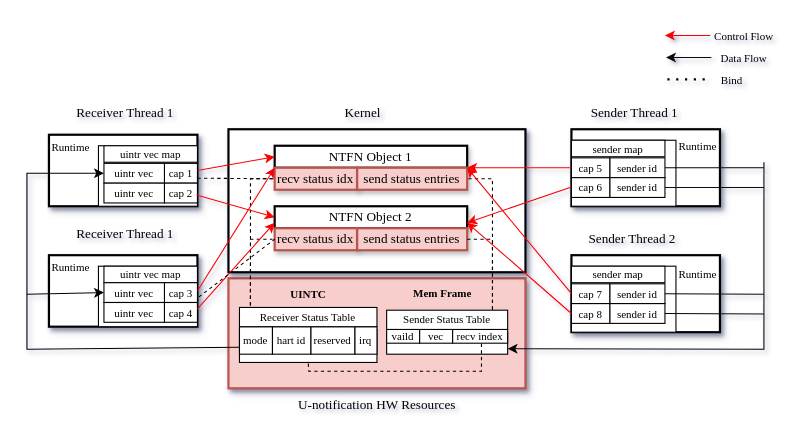
oscourse-tsinghua/openingreport-ldhai2023 keeps this draw.io diagram as images/uintr_for_ntfn.drawio. Above is the earlier version. Source tidied: cells renumbered, new cells numbered last; positions are measured from the earlier drawing's top-left corner, leaving out a move shared by most shapes. Both pictures are drawn from the tidied source at 110%, with x=0, y=0 at pixel (26, 19).
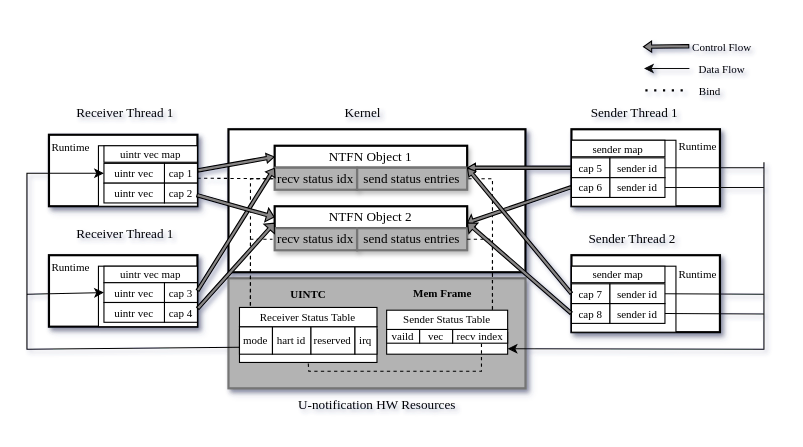
The same diagram, later.

The change refers to these unchanged cells:
```xml
<mxCell id="4" value="&lt;font face=&quot;Times New Roman&quot;&gt;NTFN Object 1&lt;/font&gt;" style="rounded=0;whiteSpace=wrap;html=1;strokeWidth=2;shadow=1;" parent="1" vertex="1">
  <mxGeometry x="225.2" y="115" width="175" height="20" as="geometry" />
</mxCell>
<mxCell id="7" value="&lt;font face=&quot;Times New Roman&quot;&gt;NTFN Object 2&lt;/font&gt;" style="rounded=0;whiteSpace=wrap;html=1;strokeWidth=2;shadow=1;" parent="1" vertex="1">
  <mxGeometry x="225.2" y="170" width="175" height="20" as="geometry" />
</mxCell>
<mxCell id="30" style="rounded=0;whiteSpace=wrap;html=1;strokeWidth=2;shadow=1;" parent="1" vertex="1">
  <mxGeometry x="20" y="105" width="135" height="65" as="geometry" />
</mxCell>
<mxCell id="32" style="rounded=0;whiteSpace=wrap;html=1;strokeWidth=2;shadow=1;" parent="1" vertex="1">
  <mxGeometry x="495" y="100" width="135" height="70" as="geometry" />
</mxCell>
<mxCell id="40" value="&lt;font style=&quot;font-size: 10px;&quot; face=&quot;Times New Roman&quot;&gt;cap 5&lt;/font&gt;" style="rounded=0;whiteSpace=wrap;html=1;" parent="1" vertex="1">
  <mxGeometry x="495" y="126" width="35" height="18" as="geometry" />
</mxCell>
<mxCell id="46" style="rounded=0;whiteSpace=wrap;html=1;strokeWidth=2;shadow=1;" parent="1" vertex="1">
  <mxGeometry x="20" y="214.5" width="135" height="65" as="geometry" />
</mxCell>
<mxCell id="57" value="&lt;font style=&quot;font-size: 10px;&quot; face=&quot;Times New Roman&quot;&gt;cap 7&lt;/font&gt;" style="rounded=0;whiteSpace=wrap;html=1;" parent="1" vertex="1">
  <mxGeometry x="495" y="240.5" width="35" height="18" as="geometry" />
</mxCell>
<mxCell id="59" value="&lt;font style=&quot;font-size: 10px;&quot; face=&quot;Times New Roman&quot;&gt;cap 8&lt;/font&gt;" style="rounded=0;whiteSpace=wrap;html=1;" parent="1" vertex="1">
  <mxGeometry x="495" y="258.5" width="35" height="18" as="geometry" />
</mxCell>
```

Change to the diagram source:
```diff
@@
-    <mxCell id="2" style="rounded=0;whiteSpace=wrap;html=1;shadow=1;strokeColor=#b85450;strokeWidth=2;align=center;verticalAlign=middle;fontFamily=Helvetica;fontSize=12;fillColor=#f8cecc;" parent="1" vertex="1">
+    <mxCell id="2" style="rounded=0;whiteSpace=wrap;html=1;shadow=1;strokeColor=light-dark(#757575, #d7817e);strokeWidth=2;align=center;verticalAlign=middle;fontFamily=Helvetica;fontSize=12;fillColor=light-dark(#b3b3b3, #512d2b);fontColor=default;" parent="1" vertex="1">
       <mxGeometry x="183.2" y="235.5" width="270" height="100" as="geometry" />
     </mxCell>
@@
-    <mxCell id="5" value="&lt;font face=&quot;Times New Roman&quot;&gt;recv status idx&lt;/font&gt;" style="rounded=0;whiteSpace=wrap;html=1;strokeWidth=2;shadow=1;fillColor=#f8cecc;strokeColor=#b85450;" parent="1" vertex="1">
+    <mxCell id="5" value="&lt;font face=&quot;Times New Roman&quot;&gt;recv status idx&lt;/font&gt;" style="rounded=0;whiteSpace=wrap;html=1;strokeWidth=2;shadow=1;fillColor=light-dark(#b3b3b3, #512d2b);strokeColor=light-dark(#757575, #d7817e);align=center;verticalAlign=middle;fontFamily=Helvetica;fontSize=12;fontColor=default;" parent="1" vertex="1">
       <mxGeometry x="225.2" y="135" width="75" height="20" as="geometry" />
     </mxCell>
-    <mxCell id="6" value="&lt;font face=&quot;Times New Roman&quot;&gt;send status entries&lt;/font&gt;" style="rounded=0;whiteSpace=wrap;html=1;strokeWidth=2;shadow=1;fillColor=#f8cecc;strokeColor=#b85450;" parent="1" vertex="1">
+    <mxCell id="6" value="&lt;font face=&quot;Times New Roman&quot;&gt;send status entries&lt;/font&gt;" style="rounded=0;whiteSpace=wrap;html=1;strokeWidth=2;shadow=1;fillColor=light-dark(#b3b3b3, #512d2b);strokeColor=light-dark(#757575, #d7817e);align=center;verticalAlign=middle;fontFamily=Helvetica;fontSize=12;fontColor=default;" parent="1" vertex="1">
       <mxGeometry x="300.2" y="135" width="100" height="20" as="geometry" />
     </mxCell>
@@
-    <mxCell id="8" value="&lt;font face=&quot;Times New Roman&quot;&gt;recv status idx&lt;/font&gt;" style="rounded=0;whiteSpace=wrap;html=1;strokeWidth=2;shadow=1;fillColor=#f8cecc;strokeColor=#b85450;" parent="1" vertex="1">
+    <mxCell id="8" value="&lt;font face=&quot;Times New Roman&quot;&gt;recv status idx&lt;/font&gt;" style="rounded=0;whiteSpace=wrap;html=1;strokeWidth=2;shadow=1;fillColor=light-dark(#b3b3b3, #512d2b);strokeColor=light-dark(#757575, #d7817e);align=center;verticalAlign=middle;fontFamily=Helvetica;fontSize=12;fontColor=default;" parent="1" vertex="1">
       <mxGeometry x="225.2" y="190" width="75" height="20" as="geometry" />
     </mxCell>
-    <mxCell id="9" value="&lt;font face=&quot;Times New Roman&quot;&gt;send status entries&lt;/font&gt;" style="rounded=0;whiteSpace=wrap;html=1;strokeWidth=2;shadow=1;fillColor=#f8cecc;strokeColor=#b85450;" parent="1" vertex="1">
+    <mxCell id="9" value="&lt;font face=&quot;Times New Roman&quot;&gt;send status entries&lt;/font&gt;" style="rounded=0;whiteSpace=wrap;html=1;strokeWidth=2;shadow=1;fillColor=light-dark(#b3b3b3, #512d2b);strokeColor=light-dark(#757575, #d7817e);align=center;verticalAlign=middle;fontFamily=Helvetica;fontSize=12;fontColor=default;" parent="1" vertex="1">
       <mxGeometry x="300.2" y="190" width="100" height="20" as="geometry" />
     </mxCell>
@@
-    <mxCell id="62" style="endArrow=classic;html=1;rounded=0;exitX=0;exitY=0.5;exitDx=0;exitDy=0;entryX=1;entryY=1;entryDx=0;entryDy=0;strokeColor=#f60404;" parent="1" edge="1" source="40" target="4">
+    <mxCell id="62" style="endArrow=classic;html=1;rounded=0;exitX=0;exitY=0.5;exitDx=0;exitDy=0;entryX=1;entryY=1;entryDx=0;entryDy=0;strokeColor=default;shape=flexArrow;fillColor=light-dark(#888686, #b4b4b4);align=center;verticalAlign=middle;fontFamily=Helvetica;fontSize=11;fontColor=default;labelBackgroundColor=default;startSize=2;endSize=2;width=3;sourcePerimeterSpacing=0;targetPerimeterSpacing=0;endWidth=4.137931034482759;" parent="1" edge="1" source="40" target="4">
       <mxGeometry relative="1" as="geometry" />
     </mxCell>
-    <mxCell id="63" style="endArrow=classic;html=1;rounded=0;exitX=0;exitY=0.75;exitDx=0;exitDy=0;entryX=1;entryY=0.75;entryDx=0;entryDy=0;strokeColor=#f60404;" parent="1" edge="1" source="32" target="7">
+    <mxCell id="63" style="endArrow=classic;html=1;rounded=0;exitX=0;exitY=0.75;exitDx=0;exitDy=0;entryX=1;entryY=0.75;entryDx=0;entryDy=0;strokeColor=default;shape=flexArrow;align=center;verticalAlign=middle;fontFamily=Helvetica;fontSize=11;fontColor=default;labelBackgroundColor=default;startSize=2;endSize=1.4617647058823529;sourcePerimeterSpacing=0;targetPerimeterSpacing=0;fillColor=light-dark(#888686, #b4b4b4);width=3;endWidth=7.352941176470589;" parent="1" edge="1" source="32" target="7">
       <mxGeometry relative="1" as="geometry" />
     </mxCell>
-    <mxCell id="64" style="endArrow=classic;html=1;rounded=0;exitX=0;exitY=0.5;exitDx=0;exitDy=0;entryX=1;entryY=0;entryDx=0;entryDy=0;strokeColor=#fc0303;" parent="1" edge="1" source="57" target="6">
+    <mxCell id="64" style="endArrow=classic;html=1;rounded=0;exitX=0;exitY=0.5;exitDx=0;exitDy=0;entryX=1;entryY=0;entryDx=0;entryDy=0;strokeColor=default;shape=flexArrow;align=center;verticalAlign=middle;fontFamily=Helvetica;fontSize=11;fontColor=default;labelBackgroundColor=default;startSize=2;endSize=2;sourcePerimeterSpacing=0;targetPerimeterSpacing=0;fillColor=light-dark(#888686, #b4b4b4);width=3;endWidth=4.411764705882353;" parent="1" edge="1" source="57" target="6">
       <mxGeometry relative="1" as="geometry" />
     </mxCell>
-    <mxCell id="65" style="endArrow=classic;html=1;rounded=0;exitX=0;exitY=0.5;exitDx=0;exitDy=0;entryX=1;entryY=0.75;entryDx=0;entryDy=0;strokeColor=#f90101;" parent="1" edge="1" source="59" target="7">
+    <mxCell id="65" style="endArrow=classic;html=1;rounded=0;exitX=0;exitY=0.5;exitDx=0;exitDy=0;entryX=1;entryY=0.75;entryDx=0;entryDy=0;strokeColor=default;shape=flexArrow;align=center;verticalAlign=middle;fontFamily=Helvetica;fontSize=11;fontColor=default;labelBackgroundColor=default;startSize=2;endSize=2;sourcePerimeterSpacing=0;targetPerimeterSpacing=0;fillColor=light-dark(#888686, #b4b4b4);width=3;endWidth=8.529411764705882;" parent="1" edge="1" source="59" target="7">
       <mxGeometry relative="1" as="geometry" />
     </mxCell>
-    <mxCell id="66" style="endArrow=classic;html=1;rounded=0;exitX=1;exitY=0.5;exitDx=0;exitDy=0;entryX=0;entryY=0.5;entryDx=0;entryDy=0;strokeColor=#f70202;" parent="1" edge="1" source="30" target="4">
+    <mxCell id="66" style="endArrow=classic;html=1;rounded=0;exitX=1;exitY=0.5;exitDx=0;exitDy=0;entryX=0;entryY=0.5;entryDx=0;entryDy=0;strokeColor=default;shape=flexArrow;align=center;verticalAlign=middle;fontFamily=Helvetica;fontSize=11;fontColor=default;labelBackgroundColor=default;startSize=2;endSize=2;sourcePerimeterSpacing=0;targetPerimeterSpacing=0;fillColor=light-dark(#888686, #b4b4b4);width=3;endWidth=4.848484848484849;" parent="1" edge="1" source="30" target="4">
       <mxGeometry relative="1" as="geometry" />
     </mxCell>
-    <mxCell id="67" style="endArrow=classic;html=1;rounded=0;entryX=0;entryY=0;entryDx=0;entryDy=0;exitX=1;exitY=0.5;exitDx=0;exitDy=0;strokeColor=#fc0303;" parent="1" edge="1" source="46" target="5">
+    <mxCell id="67" style="endArrow=classic;html=1;rounded=0;entryX=0;entryY=0;entryDx=0;entryDy=0;exitX=1;exitY=0.5;exitDx=0;exitDy=0;strokeColor=default;shape=flexArrow;align=center;verticalAlign=middle;fontFamily=Helvetica;fontSize=11;fontColor=default;labelBackgroundColor=default;startSize=2;endSize=2;sourcePerimeterSpacing=0;targetPerimeterSpacing=0;fillColor=light-dark(#888686, #b4b4b4);width=3;endWidth=6.101694915254237;" parent="1" edge="1" source="46" target="5">
       <mxGeometry relative="1" as="geometry" />
     </mxCell>
-    <mxCell id="68" style="endArrow=classic;html=1;rounded=0;entryX=0;entryY=0.5;entryDx=0;entryDy=0;exitX=0.994;exitY=0.843;exitDx=0;exitDy=0;exitPerimeter=0;strokeColor=#fe0101;" parent="1" edge="1" source="30" target="7">
+    <mxCell id="68" style="endArrow=classic;html=1;rounded=0;entryX=0;entryY=0.5;entryDx=0;entryDy=0;exitX=0.994;exitY=0.843;exitDx=0;exitDy=0;exitPerimeter=0;strokeColor=default;shape=flexArrow;align=center;verticalAlign=middle;fontFamily=Helvetica;fontSize=11;fontColor=default;labelBackgroundColor=default;startSize=2;endSize=2;sourcePerimeterSpacing=0;targetPerimeterSpacing=0;fillColor=light-dark(#888686, #b4b4b4);width=3;endWidth=8.813559322033898;" parent="1" edge="1" source="30" target="7">
       <mxGeometry relative="1" as="geometry" />
     </mxCell>
-    <mxCell id="69" style="endArrow=classic;html=1;rounded=0;entryX=0;entryY=0.75;entryDx=0;entryDy=0;exitX=1;exitY=0.75;exitDx=0;exitDy=0;strokeColor=#fc0303;" parent="1" edge="1" source="46" target="7">
+    <mxCell id="69" style="endArrow=classic;html=1;rounded=0;entryX=0;entryY=0.75;entryDx=0;entryDy=0;exitX=1;exitY=0.75;exitDx=0;exitDy=0;strokeColor=default;shape=flexArrow;align=center;verticalAlign=middle;fontFamily=Helvetica;fontSize=11;fontColor=default;labelBackgroundColor=default;startSize=2;endSize=2;sourcePerimeterSpacing=0;targetPerimeterSpacing=0;fillColor=light-dark(#888686, #b4b4b4);width=3;endWidth=8.813559322033898;" parent="1" edge="1" source="46" target="7">
       <mxGeometry relative="1" as="geometry" />
     </mxCell>
@@
-    <mxCell id="78" style="endArrow=none;dashed=1;html=1;rounded=0;exitX=1.01;exitY=0.583;exitDx=0;exitDy=0;strokeColor=light-dark(#000000, #ff7d68);entryX=0;entryY=0.5;entryDx=0;entryDy=0;exitPerimeter=0;" parent="1" edge="1" source="46" target="8">
-      <mxGeometry relative="1" as="geometry" />
-    </mxCell>
-    <mxCell id="79" style="endArrow=classic;html=1;rounded=0;strokeColor=#f90101;" parent="1" edge="1">
-      <mxGeometry relative="1" as="geometry">
-        <mxPoint x="621.2" y="14.8" as="sourcePoint" />
-        <mxPoint x="580" y="14.8" as="targetPoint" />
-      </mxGeometry>
-    </mxCell>
     <mxCell id="80" style="endArrow=classic;html=1;rounded=0;strokeColor=#080808;" parent="1" edge="1">
       <mxGeometry relative="1" as="geometry">
-        <mxPoint x="622.2" y="34.8" as="sourcePoint" />
-        <mxPoint x="581" y="34.8" as="targetPoint" />
+        <mxPoint x="602.2" y="44.8" as="sourcePoint" />
+        <mxPoint x="561" y="44.8" as="targetPoint" />
       </mxGeometry>
     </mxCell>
     <mxCell id="81" value="&lt;font face=&quot;Times New Roman&quot; style=&quot;font-size: 10px;&quot;&gt;Control Flow&lt;/font&gt;" style="text;html=1;align=center;verticalAlign=middle;whiteSpace=wrap;rounded=0;" parent="1" vertex="1">
-      <mxGeometry x="622.2" width="60" height="30" as="geometry" />
+      <mxGeometry x="602.2" y="10" width="60" height="30" as="geometry" />
     </mxCell>
     <mxCell id="82" value="&lt;font face=&quot;Times New Roman&quot; style=&quot;font-size: 10px;&quot;&gt;Data Flow&lt;/font&gt;" style="text;html=1;align=center;verticalAlign=middle;whiteSpace=wrap;rounded=0;" parent="1" vertex="1">
-      <mxGeometry x="622.2" y="20" width="60" height="30" as="geometry" />
+      <mxGeometry x="602.2" y="30" width="60" height="30" as="geometry" />
     </mxCell>
@@
     <mxCell id="87" style="endArrow=none;dashed=1;html=1;dashPattern=1 3;strokeWidth=2;rounded=0;" parent="1" edge="1">
       <mxGeometry relative="1" as="geometry">
-        <mxPoint x="582.2" y="54.7" as="sourcePoint" />
-        <mxPoint x="622.2" y="54.7" as="targetPoint" />
+        <mxPoint x="562.2" y="64.7" as="sourcePoint" />
+        <mxPoint x="602.2" y="64.7" as="targetPoint" />
       </mxGeometry>
     </mxCell>
     <mxCell id="88" value="&lt;font face=&quot;Times New Roman&quot; style=&quot;font-size: 10px;&quot;&gt;Bind&lt;/font&gt;" style="text;html=1;align=center;verticalAlign=middle;whiteSpace=wrap;rounded=0;" parent="1" vertex="1">
-      <mxGeometry x="611.1" y="40" width="60" height="30" as="geometry" />
+      <mxGeometry x="591.1" y="50" width="60" height="30" as="geometry" />
     </mxCell>
+    <mxCell id="89" style="endArrow=classic;html=1;rounded=0;endWidth=6.222222222222222;shape=flexArrow;endSize=2.1333333333333333;fillColor=light-dark(#888686, #b4b4b4);width=3;startSize=3;strokeColor=default;align=center;verticalAlign=middle;fontFamily=Helvetica;fontSize=11;fontColor=default;labelBackgroundColor=default;" parent="1" edge="1">
+      <mxGeometry relative="1" as="geometry">
+        <mxPoint x="602.2" y="24.5" as="sourcePoint" />
+        <mxPoint x="560" y="25" as="targetPoint" />
+      </mxGeometry>
+    </mxCell>
+    <mxCell id="90" style="edgeLabel;html=1;align=center;verticalAlign=middle;rounded=0;strokeColor=default;fontFamily=Helvetica;fontSize=11;fontColor=default;labelBackgroundColor=default;fillColor=light-dark(#888686, #b4b4b4);labelBorderColor=none;" parent="89" vertex="1">
+      <mxGeometry x="-0.14" y="1" relative="1" as="geometry" />
+    </mxCell>
```
